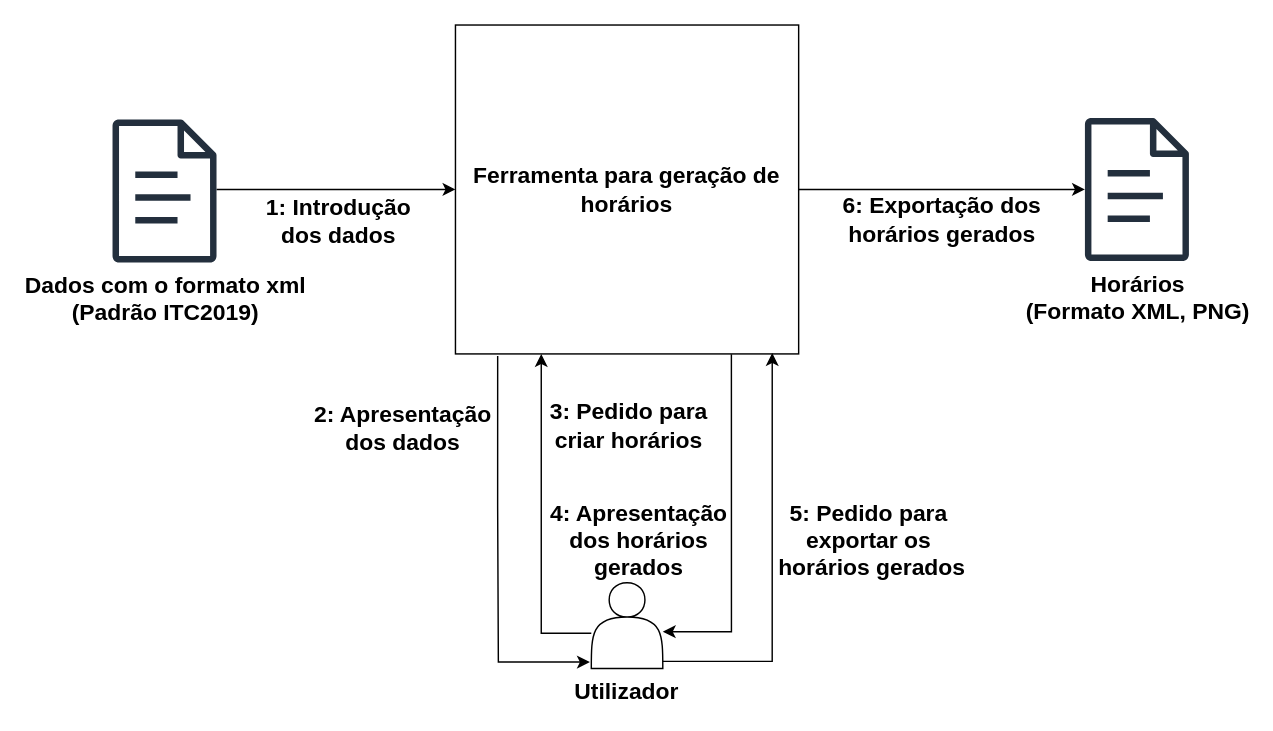
This is diagramas/diagrama_geral.drawio from RRamos19/Master-Thesis, a draw.io file, before an edit. Source tidied: cells renumbered, new cells numbered last; positions are measured from the earlier drawing's top-left corner, leaving out a move shared by most shapes. Both pictures are drawn from the tidied source at 143%, with x=0, y=0 at pixel (112, 24).
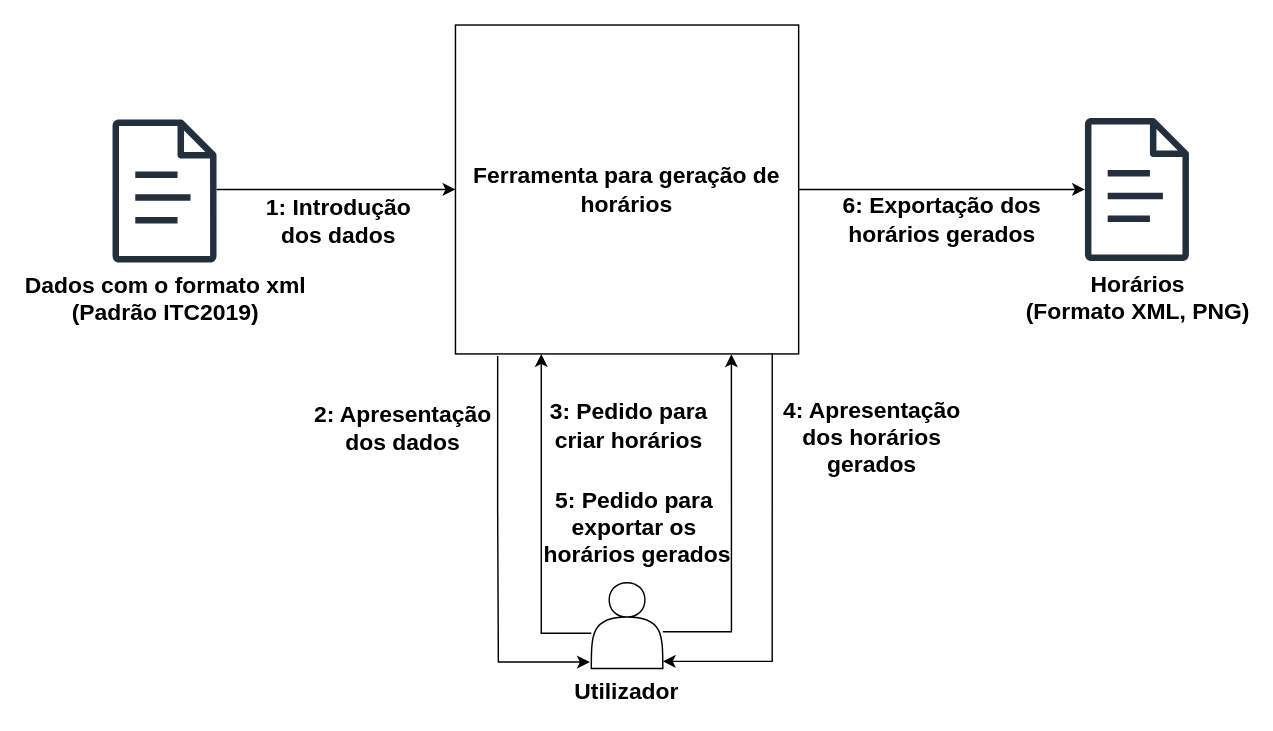
The same diagram, later.

Unchanged cells that the change refers to:
```xml
<mxCell id="2" value="Ferramenta para geração de horários" style="rounded=0;whiteSpace=wrap;html=1;labelBorderColor=none;textShadow=0;fontSize=16;fontStyle=1;" parent="1" vertex="1">
  <mxGeometry x="240" width="240" height="230" as="geometry" />
</mxCell>
<mxCell id="9" style="endArrow=classic;html=1;rounded=0;entryX=0.25;entryY=1;entryDx=0;entryDy=0;edgeStyle=orthogonalEdgeStyle;" parent="1" edge="1" source="8" target="2">
  <mxGeometry relative="1" as="geometry">
    <Array as="points">
      <mxPoint x="300" y="425" />
    </Array>
  </mxGeometry>
</mxCell>
<mxCell id="17" style="shape=ellipse;fillColor=none;strokeColor=none;html=1;sketch=0;" parent="1" vertex="1">
  <mxGeometry x="376" y="420" width="9" height="8.5" as="geometry" />
</mxCell>
<mxCell id="19" style="shape=ellipse;fillColor=none;strokeColor=none;html=1;sketch=0;" parent="1" vertex="1">
  <mxGeometry x="372" y="440" width="13" height="10" as="geometry" />
</mxCell>
```

Diff of the diagram source:
```diff
@@
     <mxCell id="11" value="4: Apresentação&lt;div&gt;dos horários&lt;/div&gt;&lt;div&gt;gerados&lt;/div&gt;" style="edgeLabel;html=1;align=center;verticalAlign=middle;fontSize=16;fontStyle=1;" parent="9" vertex="1">
       <mxGeometry x="0.44" y="-1" relative="1" as="geometry">
-        <mxPoint x="66" y="65" as="offset" />
+        <mxPoint x="229" y="-7" as="offset" />
       </mxGeometry>
     </mxCell>
     <mxCell id="12" value="5: Pedido para&amp;nbsp;&lt;div&gt;exportar os&amp;nbsp;&lt;/div&gt;&lt;div&gt;horários gerados&lt;/div&gt;" style="edgeLabel;html=1;align=center;verticalAlign=middle;fontSize=16;fontStyle=1;" parent="9" vertex="1">
       <mxGeometry x="0.44" y="-1" relative="1" as="geometry">
-        <mxPoint x="229" y="65" as="offset" />
+        <mxPoint x="65" y="56" as="offset" />
       </mxGeometry>
     </mxCell>
@@
-    <mxCell id="16" style="rounded=0;jettySize=auto;html=1;exitX=0.804;exitY=1.001;exitDx=0;exitDy=0;exitPerimeter=0;entryX=1;entryY=0.5;entryDx=0;entryDy=0;edgeStyle=orthogonalEdgeStyle;" parent="1" edge="1" source="2" target="17">
+    <mxCell id="16" style="rounded=0;jettySize=auto;html=1;exitX=0.804;exitY=1.001;exitDx=0;exitDy=0;exitPerimeter=0;entryX=1;entryY=0.5;entryDx=0;entryDy=0;edgeStyle=orthogonalEdgeStyle;startArrow=classic;startFill=1;endArrow=none;" parent="1" edge="1" source="2" target="17">
       <mxGeometry relative="1" as="geometry">
         <Array as="points">
           <mxPoint x="433" y="424" />
         </Array>
       </mxGeometry>
     </mxCell>
@@
-    <mxCell id="18" style="edgeStyle=orthogonalEdgeStyle;rounded=0;jettySize=auto;html=1;entryX=0.923;entryY=0.997;entryDx=0;entryDy=0;entryPerimeter=0;exitX=1;exitY=0.5;exitDx=0;exitDy=0;" parent="1" edge="1" source="19" target="2">
+    <mxCell id="18" style="edgeStyle=orthogonalEdgeStyle;rounded=0;jettySize=auto;html=1;entryX=0.923;entryY=0.997;entryDx=0;entryDy=0;entryPerimeter=0;exitX=1;exitY=0.5;exitDx=0;exitDy=0;endArrow=none;endFill=1;startArrow=classic;startFill=1;" parent="1" edge="1" source="19" target="2">
       <mxGeometry relative="1" as="geometry">
         <Array as="points">
           <mxPoint x="462" y="445" />
         </Array>
       </mxGeometry>
     </mxCell>
```
